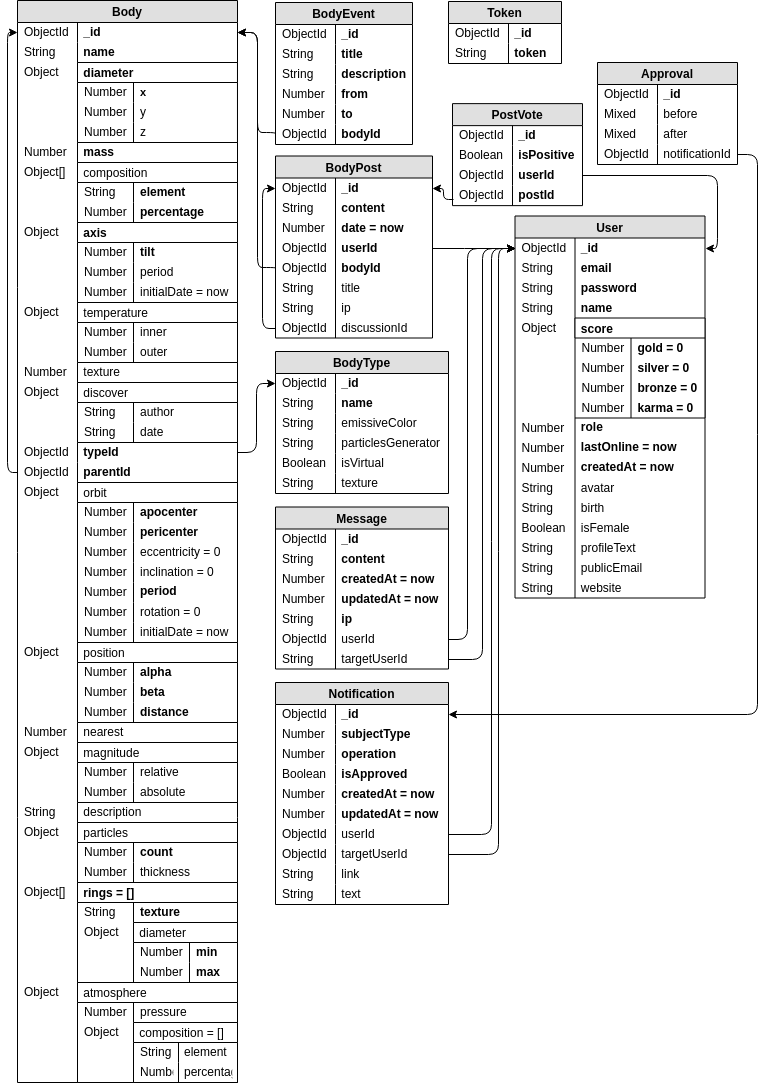
Above: docs/Images/DB.png in michalstruna/universis (draw.io), before the change. Source tidied: cells renumbered, new cells last; positions are measured from the earlier drawing's top-left corner, leaving out a move shared by most shapes.
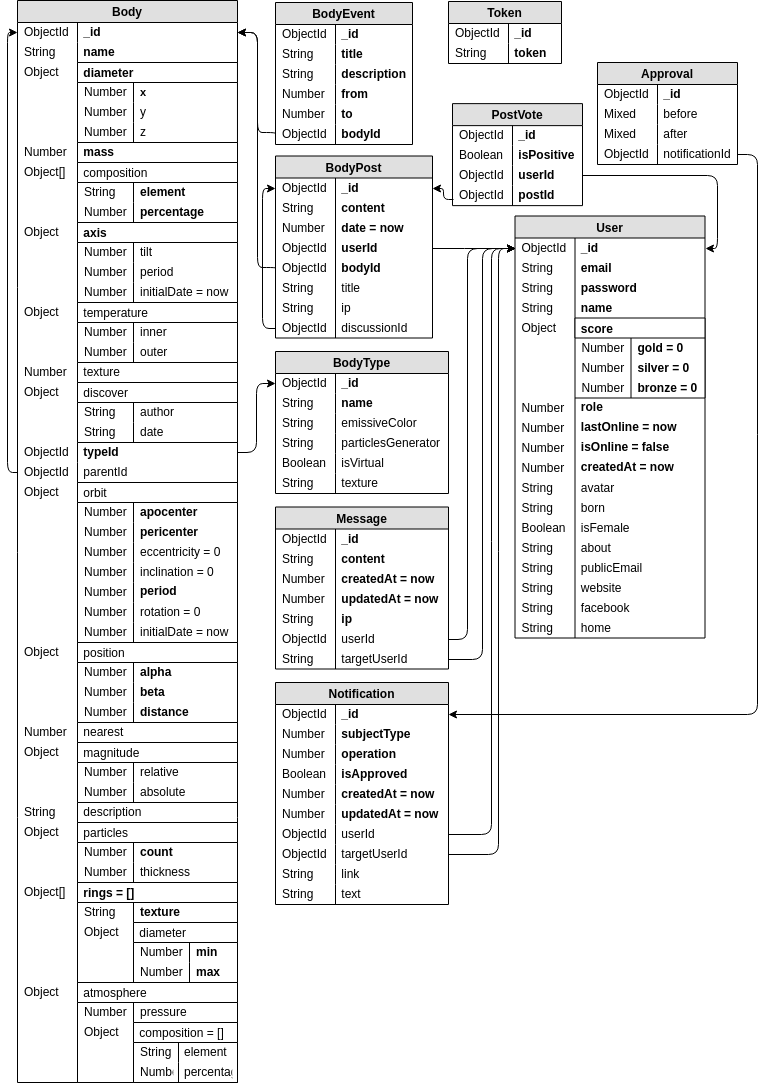
Later version of the same file.

What changed in the source:
```diff
@@ -80,7 +80,7 @@
     <mxCell id="27" value=" axis" style="swimlane;fontStyle=1;horizontal=1;startSize=20;fillColor=#ffffff;swimlaneFillColor=#ffffff;align=left;fontSize=12;verticalAlign=middle;spacing=2;" parent="25" vertex="1">
       <mxGeometry x="60" width="160" height="80" as="geometry" />
     </mxCell>
-    <mxCell id="28" value="tilt" style="shape=partialRectangle;top=0;left=0;right=0;bottom=0;align=left;verticalAlign=middle;fillColor=none;spacingLeft=60;spacingRight=4;overflow=hidden;fontSize=12;fontStyle=1;spacing=2;" parent="27" vertex="1">
+    <mxCell id="28" value="tilt" style="shape=partialRectangle;top=0;left=0;right=0;bottom=0;align=left;verticalAlign=middle;fillColor=none;spacingLeft=60;spacingRight=4;overflow=hidden;fontSize=12;fontStyle=0;spacing=2;" parent="27" vertex="1">
       <mxGeometry y="20" width="160" height="20" as="geometry" />
     </mxCell>
     <mxCell id="29" value="Number" style="shape=partialRectangle;fontStyle=0;top=0;left=0;bottom=0;fillColor=none;align=left;verticalAlign=middle;spacingLeft=4;spacingRight=4;overflow=hidden;fontSize=12;spacing=2;" parent="28" vertex="1">
@@ -152,7 +152,7 @@
     <mxCell id="51" value="ObjectId" style="shape=partialRectangle;fontStyle=0;top=0;left=0;bottom=0;fillColor=none;align=left;verticalAlign=middle;spacingLeft=4;spacingRight=4;overflow=hidden;fontSize=12;spacing=2;" parent="50" vertex="1">
       <mxGeometry width="60" height="20" as="geometry" />
     </mxCell>
-    <mxCell id="52" value=" parentId" style="shape=partialRectangle;top=0;left=0;right=0;bottom=0;align=left;verticalAlign=middle;fillColor=none;spacingLeft=60;spacingRight=4;overflow=hidden;points=[[0,0.5],[1,0.5]];portConstraint=eastwest;fontSize=12;spacing=2;fontStyle=1;" parent="2" vertex="1">
+    <mxCell id="52" value=" parentId" style="shape=partialRectangle;top=0;left=0;right=0;bottom=0;align=left;verticalAlign=middle;fillColor=none;spacingLeft=60;spacingRight=4;overflow=hidden;points=[[0,0.5],[1,0.5]];portConstraint=eastwest;fontSize=12;spacing=2;fontStyle=0;" parent="2" vertex="1">
       <mxGeometry y="462" width="220" height="20" as="geometry" />
     </mxCell>
     <mxCell id="53" value="ObjectId" style="shape=partialRectangle;fontStyle=0;top=0;left=0;bottom=0;fillColor=none;align=left;verticalAlign=middle;spacingLeft=4;spacingRight=4;overflow=hidden;fontSize=12;spacing=2;" parent="52" vertex="1">
@@ -534,7 +534,7 @@
       <mxGeometry width="60" height="20" as="geometry" />
     </mxCell>
     <mxCell id="176" value="User" style="swimlane;fontStyle=1;horizontal=1;startSize=22;fillColor=#e0e0e0;swimlaneFillColor=#ffffff;align=center;fontSize=12;verticalAlign=middle;spacing=2;" parent="1" vertex="1">
-      <mxGeometry x="507.5" y="215.5" width="190" height="382" as="geometry" />
+      <mxGeometry x="507.5" y="215.5" width="190" height="422" as="geometry" />
     </mxCell>
     <mxCell id="177" value=" _id" style="shape=partialRectangle;top=0;left=0;right=0;bottom=0;align=left;verticalAlign=middle;fillColor=none;spacingLeft=60;spacingRight=4;overflow=hidden;points=[[0,0.5],[1,0.5]];portConstraint=eastwest;fontSize=12;fontStyle=1;spacing=2;" parent="176" vertex="1">
       <mxGeometry y="22" width="190" height="20" as="geometry" />
@@ -561,13 +561,13 @@
       <mxGeometry width="60" height="20" as="geometry" />
     </mxCell>
     <mxCell id="185" value="temperature" style="shape=partialRectangle;top=0;left=0;right=0;bottom=0;align=left;verticalAlign=middle;fillColor=none;spacingLeft=60;spacingRight=4;overflow=hidden;fontSize=12;spacing=2;" parent="176" vertex="1">
-      <mxGeometry y="102" width="190" height="100" as="geometry" />
+      <mxGeometry y="102" width="190" height="80" as="geometry" />
     </mxCell>
     <mxCell id="186" value="Object" style="shape=partialRectangle;fontStyle=0;top=0;left=0;bottom=0;fillColor=none;align=left;verticalAlign=middle;spacingLeft=4;spacingRight=4;overflow=hidden;fontSize=12;spacing=2;" parent="185" vertex="1">
       <mxGeometry width="60" height="20" as="geometry" />
     </mxCell>
     <mxCell id="187" value=" score" style="swimlane;fontStyle=1;horizontal=1;startSize=20;fillColor=#ffffff;swimlaneFillColor=#ffffff;align=left;fontSize=12;verticalAlign=middle;spacing=2;" parent="185" vertex="1">
-      <mxGeometry x="60" width="130" height="100" as="geometry" />
+      <mxGeometry x="60" width="130" height="80" as="geometry" />
     </mxCell>
     <mxCell id="188" value="gold = 0" style="shape=partialRectangle;top=0;left=0;right=0;bottom=0;align=left;verticalAlign=middle;fillColor=none;spacingLeft=60;spacingRight=4;overflow=hidden;fontSize=12;spacing=2;fontStyle=1;" parent="187" vertex="1">
       <mxGeometry y="20" width="130" height="20" as="geometry" />
@@ -587,24 +587,24 @@
     <mxCell id="193" value="Number" style="shape=partialRectangle;fontStyle=0;top=0;left=0;bottom=0;fillColor=none;align=left;verticalAlign=middle;spacingLeft=4;spacingRight=4;overflow=hidden;fontSize=12;spacing=2;" parent="192" vertex="1">
       <mxGeometry width="56" height="20" as="geometry" />
     </mxCell>
-    <mxCell id="194" value="karma = 0" style="shape=partialRectangle;top=0;left=0;right=0;bottom=0;align=left;verticalAlign=middle;fillColor=none;spacingLeft=60;spacingRight=4;overflow=hidden;fontSize=12;spacing=2;fontStyle=1;" parent="187" vertex="1">
-      <mxGeometry y="80" width="130" height="20" as="geometry" />
-    </mxCell>
-    <mxCell id="195" value="Number" style="shape=partialRectangle;fontStyle=0;top=0;left=0;bottom=0;fillColor=none;align=left;verticalAlign=middle;spacingLeft=4;spacingRight=4;overflow=hidden;fontSize=12;spacing=2;" parent="194" vertex="1">
-      <mxGeometry width="56" height="20" as="geometry" />
-    </mxCell>
     <mxCell id="196" value=" role&#10;" style="shape=partialRectangle;top=0;left=0;right=0;bottom=0;align=left;verticalAlign=middle;fillColor=none;spacingLeft=60;spacingRight=4;overflow=hidden;fontSize=12;spacing=2;fontStyle=1;" parent="176" vertex="1">
-      <mxGeometry y="202" width="190" height="20" as="geometry" />
+      <mxGeometry y="182" width="190" height="20" as="geometry" />
     </mxCell>
     <mxCell id="197" value="Number" style="shape=partialRectangle;fontStyle=0;top=0;left=0;bottom=0;fillColor=none;align=left;verticalAlign=middle;spacingLeft=4;spacingRight=4;overflow=hidden;fontSize=12;spacing=2;" parent="196" vertex="1">
       <mxGeometry width="60" height="20" as="geometry" />
     </mxCell>
     <mxCell id="198" value=" lastOnline = now&#10;" style="shape=partialRectangle;top=0;left=0;right=0;bottom=0;align=left;verticalAlign=middle;fillColor=none;spacingLeft=60;spacingRight=4;overflow=hidden;fontSize=12;spacing=2;fontStyle=1;" parent="176" vertex="1">
-      <mxGeometry y="222" width="190" height="20" as="geometry" />
+      <mxGeometry y="202" width="190" height="20" as="geometry" />
     </mxCell>
     <mxCell id="199" value="Number" style="shape=partialRectangle;fontStyle=0;top=0;left=0;bottom=0;fillColor=none;align=left;verticalAlign=middle;spacingLeft=4;spacingRight=4;overflow=hidden;fontSize=12;spacing=2;" parent="198" vertex="1">
       <mxGeometry width="60" height="20" as="geometry" />
     </mxCell>
+    <mxCell id="275" value=" isOnline = false&#10;" style="shape=partialRectangle;top=0;left=0;right=0;bottom=0;align=left;verticalAlign=middle;fillColor=none;spacingLeft=60;spacingRight=4;overflow=hidden;fontSize=12;spacing=2;fontStyle=1;" parent="176" vertex="1">
+      <mxGeometry y="222" width="190" height="20" as="geometry" />
+    </mxCell>
+    <mxCell id="195" value="Number" style="shape=partialRectangle;fontStyle=0;top=0;left=0;bottom=0;fillColor=none;align=left;verticalAlign=middle;spacingLeft=4;spacingRight=4;overflow=hidden;fontSize=12;spacing=2;" parent="275" vertex="1">
+      <mxGeometry width="60" height="20" as="geometry" />
+    </mxCell>
     <mxCell id="200" value=" createdAt = now&#10;" style="shape=partialRectangle;top=0;left=0;right=0;bottom=0;align=left;verticalAlign=middle;fillColor=none;spacingLeft=60;spacingRight=4;overflow=hidden;fontSize=12;spacing=2;fontStyle=1;" parent="176" vertex="1">
       <mxGeometry y="242" width="190" height="20" as="geometry" />
     </mxCell>
@@ -617,7 +617,7 @@
     <mxCell id="203" value="String" style="shape=partialRectangle;fontStyle=0;top=0;left=0;bottom=0;fillColor=none;align=left;verticalAlign=middle;spacingLeft=4;spacingRight=4;overflow=hidden;fontSize=12;spacing=2;" parent="202" vertex="1">
       <mxGeometry width="60" height="20" as="geometry" />
     </mxCell>
-    <mxCell id="204" value=" birth" style="shape=partialRectangle;top=0;left=0;right=0;bottom=0;align=left;verticalAlign=middle;fillColor=none;spacingLeft=60;spacingRight=4;overflow=hidden;fontSize=12;spacing=2;fontStyle=0;" parent="176" vertex="1">
+    <mxCell id="204" value=" born" style="shape=partialRectangle;top=0;left=0;right=0;bottom=0;align=left;verticalAlign=middle;fillColor=none;spacingLeft=60;spacingRight=4;overflow=hidden;fontSize=12;spacing=2;fontStyle=0;" parent="176" vertex="1">
       <mxGeometry y="282" width="190" height="20" as="geometry" />
     </mxCell>
     <mxCell id="205" value="String" style="shape=partialRectangle;fontStyle=0;top=0;left=0;bottom=0;fillColor=none;align=left;verticalAlign=middle;spacingLeft=4;spacingRight=4;overflow=hidden;fontSize=12;spacing=2;" parent="204" vertex="1">
@@ -629,7 +629,7 @@
     <mxCell id="207" value="Boolean" style="shape=partialRectangle;fontStyle=0;top=0;left=0;bottom=0;fillColor=none;align=left;verticalAlign=middle;spacingLeft=4;spacingRight=4;overflow=hidden;fontSize=12;spacing=2;" parent="206" vertex="1">
       <mxGeometry width="60" height="20" as="geometry" />
     </mxCell>
-    <mxCell id="208" value=" profileText" style="shape=partialRectangle;top=0;left=0;right=0;bottom=0;align=left;verticalAlign=middle;fillColor=none;spacingLeft=60;spacingRight=4;overflow=hidden;fontSize=12;spacing=2;fontStyle=0;" parent="176" vertex="1">
+    <mxCell id="208" value=" about" style="shape=partialRectangle;top=0;left=0;right=0;bottom=0;align=left;verticalAlign=middle;fillColor=none;spacingLeft=60;spacingRight=4;overflow=hidden;fontSize=12;spacing=2;fontStyle=0;" parent="176" vertex="1">
       <mxGeometry y="322" width="190" height="20" as="geometry" />
     </mxCell>
     <mxCell id="209" value="String" style="shape=partialRectangle;fontStyle=0;top=0;left=0;bottom=0;fillColor=none;align=left;verticalAlign=middle;spacingLeft=4;spacingRight=4;overflow=hidden;fontSize=12;spacing=2;" parent="208" vertex="1">
@@ -647,6 +647,18 @@
     <mxCell id="213" value="String" style="shape=partialRectangle;fontStyle=0;top=0;left=0;bottom=0;fillColor=none;align=left;verticalAlign=middle;spacingLeft=4;spacingRight=4;overflow=hidden;fontSize=12;spacing=2;" parent="212" vertex="1">
       <mxGeometry width="60" height="20" as="geometry" />
     </mxCell>
+    <mxCell id="276" value=" facebook" style="shape=partialRectangle;top=0;left=0;right=0;bottom=0;align=left;verticalAlign=middle;fillColor=none;spacingLeft=60;spacingRight=4;overflow=hidden;fontSize=12;spacing=2;fontStyle=0;" parent="176" vertex="1">
+      <mxGeometry y="382" width="190" height="20" as="geometry" />
+    </mxCell>
+    <mxCell id="277" value="String" style="shape=partialRectangle;fontStyle=0;top=0;left=0;bottom=0;fillColor=none;align=left;verticalAlign=middle;spacingLeft=4;spacingRight=4;overflow=hidden;fontSize=12;spacing=2;" parent="276" vertex="1">
+      <mxGeometry width="60" height="20" as="geometry" />
+    </mxCell>
+    <mxCell id="278" value=" home" style="shape=partialRectangle;top=0;left=0;right=0;bottom=0;align=left;verticalAlign=middle;fillColor=none;spacingLeft=60;spacingRight=4;overflow=hidden;fontSize=12;spacing=2;fontStyle=0;" parent="176" vertex="1">
+      <mxGeometry y="402" width="190" height="20" as="geometry" />
+    </mxCell>
+    <mxCell id="279" value="String" style="shape=partialRectangle;fontStyle=0;top=0;left=0;bottom=0;fillColor=none;align=left;verticalAlign=middle;spacingLeft=4;spacingRight=4;overflow=hidden;fontSize=12;spacing=2;" parent="278" vertex="1">
+      <mxGeometry width="60" height="20" as="geometry" />
+    </mxCell>
     <mxCell id="214" value="Token" style="swimlane;fontStyle=1;horizontal=1;startSize=22;fillColor=#e0e0e0;swimlaneFillColor=#ffffff;align=center;fontSize=12;verticalAlign=middle;spacing=2;" parent="1" vertex="1">
       <mxGeometry x="441" y="1" width="113" height="62" as="geometry" />
     </mxCell>
```
